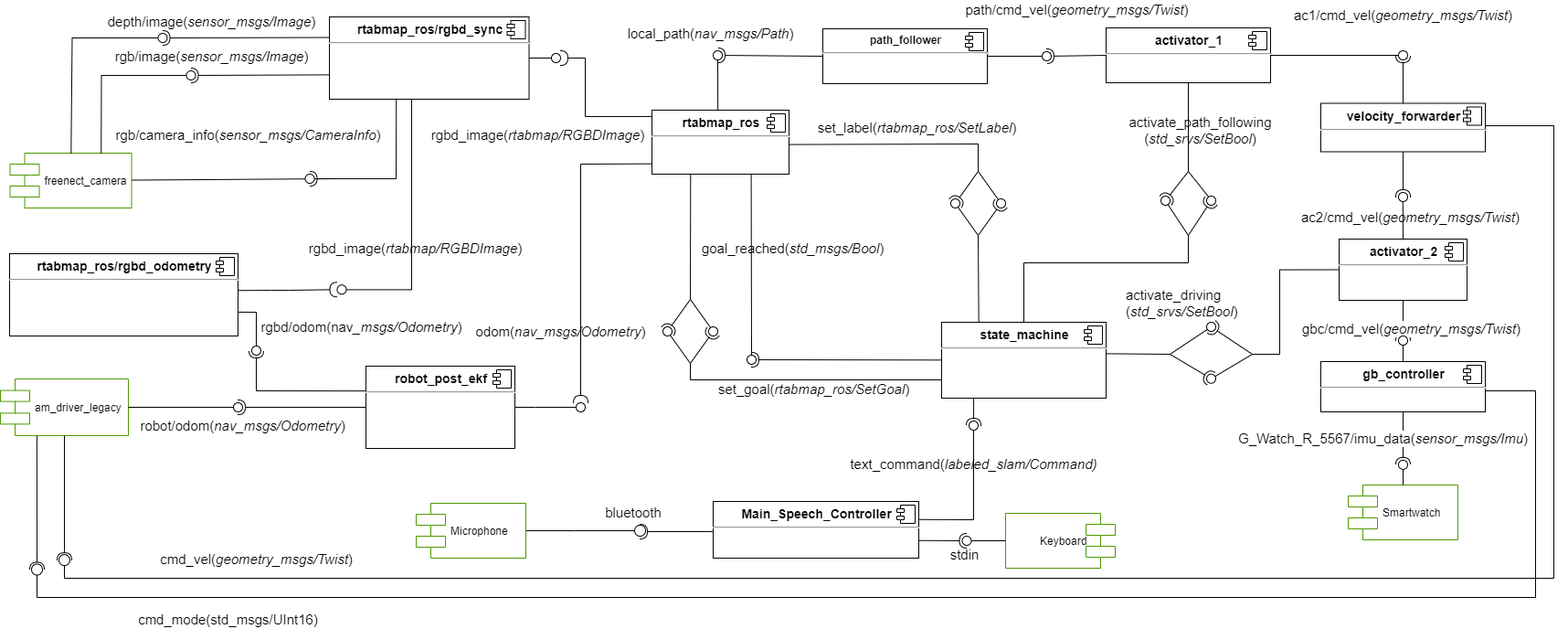
Above: UML.png in danieto98/SofAR_Project (draw.io), before the change. Source tidied: cells renumbered, new cells last; positions are measured from the earlier drawing's top-left corner, leaving out a move shared by most shapes.
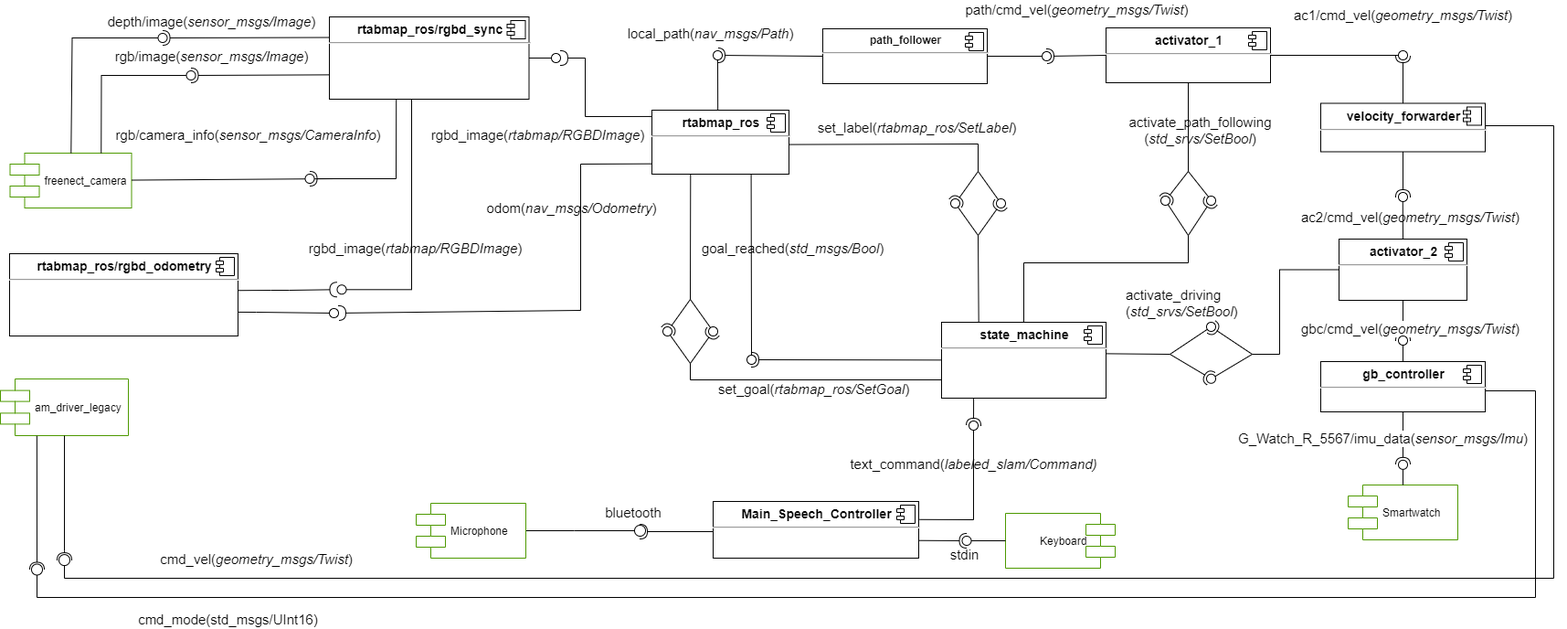
After the commit.

Commit message:
Modified UML to latest version Removed odometry merging

Diff of the diagram source:
```diff
@@ -22,15 +22,6 @@
     <mxCell id="6" value="freenect_camera" style="shape=component;align=left;spacingLeft=36;fillColor=#FFFFFF;strokeColor=#4D9900;" parent="1" vertex="1">
       <mxGeometry x="10.5" y="167" width="133" height="60" as="geometry" />
     </mxCell>
-    <mxCell id="7" style="rounded=0;jettySize=auto;html=1;endArrow=none;endFill=0;fontSize=15;" parent="1" edge="1" source="5" target="9">
-      <mxGeometry relative="1" as="geometry" />
-    </mxCell>
-    <mxCell id="8" style="rounded=0;jettySize=auto;html=1;endArrow=halfCircle;endFill=0;entryX=0.5;entryY=0.5;entryDx=0;entryDy=0;endSize=6;strokeWidth=1;fontSize=15;exitX=0;exitY=0.5;exitDx=0;exitDy=0;" parent="1" edge="1" source="123" target="9">
-      <mxGeometry relative="1" as="geometry" />
-    </mxCell>
-    <mxCell id="9" style="ellipse;whiteSpace=wrap;html=1;fontFamily=Helvetica;fontSize=12;fontColor=#000000;align=center;strokeColor=#000000;fillColor=#ffffff;points=[];" parent="1" vertex="1">
-      <mxGeometry x="255" y="440" width="10" height="10" as="geometry" />
-    </mxCell>
     <mxCell id="10" style="rounded=0;jettySize=auto;html=1;endArrow=none;endFill=0;fontSize=15;exitX=1;exitY=0.75;exitDx=0;exitDy=0;" parent="1" edge="1" target="111">
       <mxGeometry relative="1" as="geometry">
         <mxPoint x="222" y="340.8" as="sourcePoint" />
@@ -39,23 +30,14 @@
         </Array>
       </mxGeometry>
     </mxCell>
-    <mxCell id="11" style="rounded=0;jettySize=auto;html=1;endArrow=none;endFill=0;fontSize=15;exitX=1;exitY=0.5;exitDx=0;exitDy=0;" parent="1" edge="1" source="123" target="13">
-      <mxGeometry relative="1" as="geometry">
-        <Array as="points">
-          <mxPoint x="585" y="445" />
-        </Array>
-      </mxGeometry>
-    </mxCell>
-    <mxCell id="12" style="rounded=0;jettySize=auto;html=1;endArrow=halfCircle;endFill=0;endSize=6;strokeWidth=1;fontSize=15;exitX=-0.004;exitY=0.838;exitDx=0;exitDy=0;exitPerimeter=0;" parent="1" edge="1" source="127" target="13">
+    <mxCell id="12" style="rounded=0;jettySize=auto;html=1;endArrow=halfCircle;endFill=0;endSize=6;strokeWidth=1;fontSize=15;exitX=-0.004;exitY=0.838;exitDx=0;exitDy=0;exitPerimeter=0;" parent="1" edge="1" source="127" target="111">
       <mxGeometry relative="1" as="geometry">
         <Array as="points">
           <mxPoint x="635" y="179" />
+          <mxPoint x="635" y="339" />
         </Array>
       </mxGeometry>
     </mxCell>
-    <mxCell id="13" style="ellipse;whiteSpace=wrap;html=1;fontFamily=Helvetica;fontSize=12;fontColor=#000000;align=center;strokeColor=#000000;fillColor=#ffffff;points=[];" parent="1" vertex="1">
-      <mxGeometry x="630" y="440" width="10" height="10" as="geometry" />
-    </mxCell>
     <mxCell id="14" style="rounded=0;jettySize=auto;html=1;endArrow=none;endFill=0;fontSize=15;exitX=1;exitY=0.5;exitDx=0;exitDy=0;" parent="1" edge="1" source="129" target="16">
       <mxGeometry relative="1" as="geometry" />
     </mxCell>
@@ -222,7 +204,7 @@
       </mxGeometry>
     </mxCell>
     <mxCell id="54" value="odom(&lt;i style=&quot;font-size: 15px;&quot;&gt;nav_msgs/Odometry&lt;/i&gt;)" style="text;html=1;align=center;verticalAlign=middle;fontSize=15;" parent="1" vertex="1">
-      <mxGeometry x="513" y="352" width="200" height="20" as="geometry" />
+      <mxGeometry x="525" y="217" width="200" height="20" as="geometry" />
     </mxCell>
     <mxCell id="55" value="&lt;font style=&quot;font-size: 15px&quot;&gt;path/cmd_vel(&lt;i&gt;geometry_msgs/Twist&lt;/i&gt;)&lt;/font&gt;" style="text;html=1;align=center;verticalAlign=middle;" parent="1" vertex="1">
       <mxGeometry x="1047.5" width="260" height="20" as="geometry" />
@@ -239,9 +221,6 @@
     <mxCell id="59" style="ellipse;whiteSpace=wrap;html=1;fontFamily=Helvetica;fontSize=12;fontColor=#000000;align=center;strokeColor=#000000;fillColor=#ffffff;points=[];" parent="1" vertex="1">
       <mxGeometry x="1052.5" y="586" width="10" height="10" as="geometry" />
     </mxCell>
-    <mxCell id="60" value="rgbd/odom(nav&lt;i&gt;_msgs/Odometry&lt;/i&gt;)" style="text;html=1;align=center;verticalAlign=middle;fontSize=15;" parent="1" vertex="1">
-      <mxGeometry x="275" y="347" width="240" height="20" as="geometry" />
-    </mxCell>
     <mxCell id="61" style="rounded=0;jettySize=auto;html=1;endArrow=none;endFill=0;exitX=1.004;exitY=0.319;exitDx=0;exitDy=0;exitPerimeter=0;" parent="1" edge="1" source="139" target="63">
       <mxGeometry relative="1" as="geometry">
         <Array as="points">
@@ -258,9 +237,6 @@
     <mxCell id="64" value="text_command(&lt;i&gt;labeled_slam/Command&lt;span style=&quot;font-size: 15px&quot;&gt;)&lt;/span&gt;&lt;/i&gt;" style="text;html=1;align=center;verticalAlign=middle;fontSize=15;" parent="1" vertex="1">
       <mxGeometry x="905" y="497" width="320" height="20" as="geometry" />
     </mxCell>
-    <mxCell id="65" value="robot/odom(&lt;i&gt;nav_msgs/Odometry&lt;/i&gt;)" style="text;html=1;align=center;verticalAlign=middle;fontSize=15;" parent="1" vertex="1">
-      <mxGeometry x="145" y="455" width="240" height="20" as="geometry" />
-    </mxCell>
     <mxCell id="66" value="rgbd_image(&lt;i style=&quot;font-size: 15px&quot;&gt;rtabmap/RGBDImage&lt;/i&gt;)" style="text;html=1;align=center;verticalAlign=middle;fontSize=15;" parent="1" vertex="1">
       <mxGeometry x="328.5" y="261" width="250" height="20" as="geometry" />
     </mxCell>
@@ -475,15 +451,8 @@
       </mxGeometry>
     </mxCell>
     <mxCell id="111" style="ellipse;whiteSpace=wrap;html=1;fontFamily=Helvetica;fontSize=12;fontColor=#000000;align=center;strokeColor=#000000;fillColor=#ffffff;points=[];" parent="1" vertex="1">
-      <mxGeometry x="275" y="378" width="10" height="10" as="geometry" />
+      <mxGeometry x="360" y="337" width="10" height="10" as="geometry" />
     </mxCell>
-    <mxCell id="112" style="rounded=0;jettySize=auto;html=1;endArrow=halfCircle;endFill=0;entryX=0.5;entryY=0.5;entryDx=0;entryDy=0;endSize=6;strokeWidth=1;fontSize=15;exitX=-0.002;exitY=0.302;exitDx=0;exitDy=0;exitPerimeter=0;" parent="1" edge="1" source="123" target="111">
-      <mxGeometry relative="1" as="geometry">
-        <Array as="points">
-          <mxPoint x="280" y="427" />
-        </Array>
-      </mxGeometry>
-    </mxCell>
     <mxCell id="113" style="rounded=0;jettySize=auto;html=1;endArrow=none;endFill=0;fontSize=15;" parent="1" edge="1" target="115">
       <mxGeometry relative="1" as="geometry">
         <mxPoint x="1370" y="387" as="sourcePoint" />
@@ -527,14 +496,6 @@
         <mxPoint x="-24" y="4" as="offset" />
       </mxGeometry>
     </mxCell>
-    <mxCell id="123" value="&lt;p style=&quot;margin: 0px ; margin-top: 6px ; text-align: center&quot;&gt;&lt;b&gt;&lt;font style=&quot;font-size: 14px&quot;&gt;robot_post_ekf&lt;/font&gt;&lt;/b&gt;&lt;/p&gt;&lt;hr&gt;&lt;p style=&quot;margin: 0px ; margin-left: 8px&quot;&gt;&lt;br&gt;&lt;/p&gt;" style="align=left;overflow=fill;html=1;" parent="1" vertex="1">
-      <mxGeometry x="400" y="400" width="163" height="90" as="geometry" />
-    </mxCell>
-    <mxCell id="124" style="shape=component;jettyWidth=8;jettyHeight=4;" parent="123" vertex="1">
-      <mxGeometry x="1" width="20" height="20" relative="1" as="geometry">
-        <mxPoint x="-24" y="4" as="offset" />
-      </mxGeometry>
-    </mxCell>
     <mxCell id="125" value="&lt;p style=&quot;margin: 0px ; margin-top: 6px ; text-align: center&quot;&gt;&lt;b&gt;&lt;font style=&quot;font-size: 14px&quot;&gt;rtabmap_ros/rgbd_sync&lt;/font&gt;&lt;/b&gt;&lt;/p&gt;&lt;hr&gt;&lt;p style=&quot;margin: 0px ; margin-left: 8px&quot;&gt;&lt;br&gt;&lt;/p&gt;" style="align=left;overflow=fill;html=1;" parent="1" vertex="1">
       <mxGeometry x="360" y="18" width="218.5" height="90" as="geometry" />
     </mxCell>
```
